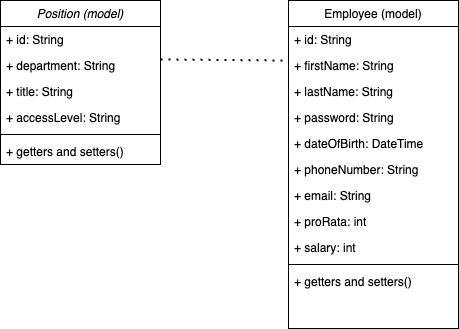
Before: Diagrams/UML Diagram.png, a diagram exported from draw.io (remily23/capstone_hr_management_system). Source tidied: cells renumbered, new cells last; positions are measured from the earlier drawing's top-left corner, leaving out a move shared by most shapes.
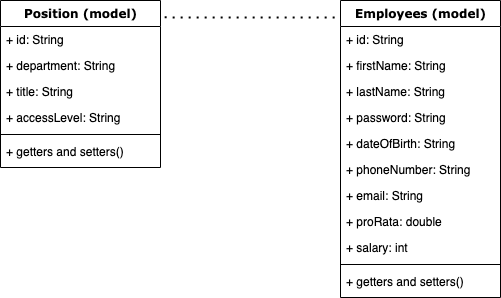
Above is the later version.

Commit message:
added amended UML & ER Diagrams

Change to the diagram source:
```diff
@@ -1,68 +1,68 @@
 <mxGraphModel>
   <root>
-    <mxCell id="0" />
-    <mxCell id="1" parent="0" />
+    <mxCell id="22" />
+    <mxCell id="23" parent="22" />
-    <mxCell id="2" value="Position (model)" style="swimlane;fontStyle=2;align=center;verticalAlign=top;horizontal=1;startSize=26;rounded=0;shadow=0;strokeWidth=1;" parent="1" vertex="1">
-      <mxGeometry width="160" height="164" as="geometry" />
+    <mxCell id="2" value="Position (model)" style="swimlane;html=1;fontStyle=1;align=center;verticalAlign=top;horizontal=1;startSize=26;swimlaneFillColor=#ffffff;rounded=0;shadow=0;comic=0;labelBackgroundColor=none;strokeWidth=1;fillColor=none;fontFamily=Verdana;fontSize=12;" parent="23" vertex="1">
+      <mxGeometry width="160" height="167" as="geometry" />
     </mxCell>
-    <mxCell id="3" value="+ id: String" style="text;align=left;verticalAlign=top;spacingLeft=4;spacingRight=4;overflow=hidden;" parent="2" vertex="1">
-      <mxGeometry y="26" width="160" height="26" as="geometry" />
-    </mxCell>
+    <mxCell id="24" value="+ id: String" style="text;html=1;strokeColor=none;fillColor=none;align=left;verticalAlign=top;spacingLeft=4;spacingRight=4;whiteSpace=wrap;overflow=hidden;" parent="2" vertex="1">
+      <mxGeometry y="26" width="160" height="26" as="geometry" />
+    </mxCell>
-    <mxCell id="4" value="+ department: String" style="text;align=left;verticalAlign=top;spacingLeft=4;spacingRight=4;overflow=hidden;points=[[0,0.5],[1,0.5]];portConstraint=eastwest;rounded=0;shadow=0;html=0;" parent="2" vertex="1">
+    <mxCell id="4" value="+ department: String" style="text;html=1;strokeColor=none;fillColor=none;align=left;verticalAlign=top;spacingLeft=4;spacingRight=4;whiteSpace=wrap;overflow=hidden;points=[[0,0.5],[1,0.5]];portConstraint=eastwest;" parent="2" vertex="1">
       <mxGeometry y="52" width="160" height="26" as="geometry" />
     </mxCell>
-    <mxCell id="5" value="+ title: String" style="text;align=left;verticalAlign=top;spacingLeft=4;spacingRight=4;overflow=hidden;rounded=0;shadow=0;html=0;" parent="2" vertex="1">
+    <mxCell id="5" value="+ title: String" style="text;html=1;strokeColor=none;fillColor=none;align=left;verticalAlign=top;spacingLeft=4;spacingRight=4;whiteSpace=wrap;overflow=hidden;" parent="2" vertex="1">
       <mxGeometry y="78" width="160" height="26" as="geometry" />
     </mxCell>
-    <mxCell id="6" value="+ accessLevel: String" style="text;align=left;verticalAlign=top;spacingLeft=4;spacingRight=4;overflow=hidden;rounded=0;shadow=0;html=0;" parent="2" vertex="1">
+    <mxCell id="6" value="+ accessLevel: String" style="text;html=1;strokeColor=none;fillColor=none;align=left;verticalAlign=top;spacingLeft=4;spacingRight=4;whiteSpace=wrap;overflow=hidden;" parent="2" vertex="1">
       <mxGeometry y="104" width="160" height="26" as="geometry" />
     </mxCell>
-    <mxCell id="7" style="line;html=1;strokeWidth=1;align=left;verticalAlign=middle;spacingTop=-1;spacingLeft=3;spacingRight=3;labelPosition=right;" parent="2" vertex="1">
-      <mxGeometry y="130" width="160" height="8" as="geometry" />
-    </mxCell>
-    <mxCell id="8" value="+ getters and setters()" style="text;align=left;verticalAlign=top;spacingLeft=4;spacingRight=4;overflow=hidden;" parent="2" vertex="1">
-      <mxGeometry y="138" width="160" height="26" as="geometry" />
-    </mxCell>
-    <mxCell id="9" value="Employee (model)" style="swimlane;fontStyle=0;align=center;verticalAlign=top;horizontal=1;startSize=26;rounded=0;shadow=0;strokeWidth=1;" parent="1" vertex="1">
-      <mxGeometry x="288" width="170" height="328" as="geometry" />
-    </mxCell>
-    <mxCell id="10" value="+ id: String" style="text;align=left;verticalAlign=top;spacingLeft=4;spacingRight=4;overflow=hidden;" parent="9" vertex="1">
-      <mxGeometry y="26" width="170" height="26" as="geometry" />
-    </mxCell>
+    <mxCell id="25" style="line;html=1;strokeWidth=1;fillColor=none;align=left;verticalAlign=middle;spacingTop=-1;spacingLeft=3;spacingRight=3;labelPosition=right;" parent="2" vertex="1">
+      <mxGeometry y="130" width="160" height="8" as="geometry" />
+    </mxCell>
+    <mxCell id="26" value="+ getters and setters()" style="text;html=1;strokeColor=none;fillColor=none;align=left;verticalAlign=top;spacingLeft=4;spacingRight=4;whiteSpace=wrap;overflow=hidden;" parent="2" vertex="1">
+      <mxGeometry y="138" width="160" height="26" as="geometry" />
+    </mxCell>
+    <mxCell id="27" value="Employees (model)" style="swimlane;html=1;fontStyle=1;align=center;verticalAlign=top;horizontal=1;startSize=26;swimlaneFillColor=#ffffff;rounded=0;shadow=0;comic=0;labelBackgroundColor=none;strokeWidth=1;fillColor=none;fontFamily=Verdana;fontSize=12;" parent="23" vertex="1">
+      <mxGeometry x="340" width="160" height="297" as="geometry" />
+    </mxCell>
+    <mxCell id="28" value="+ id: String" style="text;html=1;strokeColor=none;fillColor=none;align=left;verticalAlign=top;spacingLeft=4;spacingRight=4;whiteSpace=wrap;overflow=hidden;" parent="27" vertex="1">
+      <mxGeometry y="26" width="160" height="26" as="geometry" />
+    </mxCell>
-    <mxCell id="11" value="+ firstName: String" style="text;align=left;verticalAlign=top;spacingLeft=4;spacingRight=4;overflow=hidden;rounded=0;shadow=0;html=0;" parent="9" vertex="1">
-      <mxGeometry y="52" width="170" height="26" as="geometry" />
+    <mxCell id="11" value="+ firstName: String" style="text;html=1;strokeColor=none;fillColor=none;align=left;verticalAlign=top;spacingLeft=4;spacingRight=4;whiteSpace=wrap;overflow=hidden;" parent="27" vertex="1">
+      <mxGeometry y="52" width="160" height="26" as="geometry" />
     </mxCell>
-    <mxCell id="12" value="+ lastName: String" style="text;align=left;verticalAlign=top;spacingLeft=4;spacingRight=4;overflow=hidden;rounded=0;shadow=0;html=0;" parent="9" vertex="1">
-      <mxGeometry y="78" width="170" height="26" as="geometry" />
+    <mxCell id="12" value="+ lastName: String" style="text;html=1;strokeColor=none;fillColor=none;align=left;verticalAlign=top;spacingLeft=4;spacingRight=4;whiteSpace=wrap;overflow=hidden;" parent="27" vertex="1">
+      <mxGeometry y="78" width="160" height="26" as="geometry" />
     </mxCell>
-    <mxCell id="13" value="+ password: String" style="text;align=left;verticalAlign=top;spacingLeft=4;spacingRight=4;overflow=hidden;rounded=0;shadow=0;html=0;" parent="9" vertex="1">
-      <mxGeometry y="104" width="170" height="26" as="geometry" />
+    <mxCell id="13" value="+ password: String" style="text;html=1;strokeColor=none;fillColor=none;align=left;verticalAlign=top;spacingLeft=4;spacingRight=4;whiteSpace=wrap;overflow=hidden;" parent="27" vertex="1">
+      <mxGeometry y="104" width="160" height="26" as="geometry" />
     </mxCell>
-    <mxCell id="14" value="+ dateOfBirth: DateTime" style="text;align=left;verticalAlign=top;spacingLeft=4;spacingRight=4;overflow=hidden;rounded=0;shadow=0;html=0;" parent="9" vertex="1">
-      <mxGeometry y="130" width="170" height="26" as="geometry" />
-    </mxCell>
+    <mxCell id="29" value="+ dateOfBirth: String" style="text;html=1;strokeColor=none;fillColor=none;align=left;verticalAlign=top;spacingLeft=4;spacingRight=4;whiteSpace=wrap;overflow=hidden;" parent="27" vertex="1">
+      <mxGeometry y="130" width="160" height="26" as="geometry" />
+    </mxCell>
-    <mxCell id="15" value="+ phoneNumber: String" style="text;align=left;verticalAlign=top;spacingLeft=4;spacingRight=4;overflow=hidden;rounded=0;shadow=0;html=0;" parent="9" vertex="1">
-      <mxGeometry y="156" width="170" height="26" as="geometry" />
+    <mxCell id="15" value="+ phoneNumber: String" style="text;html=1;strokeColor=none;fillColor=none;align=left;verticalAlign=top;spacingLeft=4;spacingRight=4;whiteSpace=wrap;overflow=hidden;" parent="27" vertex="1">
+      <mxGeometry y="156" width="160" height="26" as="geometry" />
     </mxCell>
-    <mxCell id="16" value="+ email: String" style="text;align=left;verticalAlign=top;spacingLeft=4;spacingRight=4;overflow=hidden;rounded=0;shadow=0;html=0;" parent="9" vertex="1">
-      <mxGeometry y="182" width="170" height="26" as="geometry" />
+    <mxCell id="16" value="+ email: String" style="text;html=1;strokeColor=none;fillColor=none;align=left;verticalAlign=top;spacingLeft=4;spacingRight=4;whiteSpace=wrap;overflow=hidden;" parent="27" vertex="1">
+      <mxGeometry y="182" width="160" height="26" as="geometry" />
     </mxCell>
-    <mxCell id="17" value="+ proRata: int" style="text;align=left;verticalAlign=top;spacingLeft=4;spacingRight=4;overflow=hidden;rounded=0;shadow=0;html=0;" parent="9" vertex="1">
-      <mxGeometry y="208" width="170" height="26" as="geometry" />
-    </mxCell>
+    <mxCell id="30" value="+ proRata: double" style="text;html=1;strokeColor=none;fillColor=none;align=left;verticalAlign=top;spacingLeft=4;spacingRight=4;whiteSpace=wrap;overflow=hidden;" parent="27" vertex="1">
+      <mxGeometry y="208" width="160" height="26" as="geometry" />
+    </mxCell>
-    <mxCell id="18" value="+ salary: int" style="text;align=left;verticalAlign=top;spacingLeft=4;spacingRight=4;overflow=hidden;rounded=0;shadow=0;html=0;" parent="9" vertex="1">
-      <mxGeometry y="234" width="170" height="26" as="geometry" />
+    <mxCell id="18" value="+ salary: int" style="text;html=1;strokeColor=none;fillColor=none;align=left;verticalAlign=top;spacingLeft=4;spacingRight=4;whiteSpace=wrap;overflow=hidden;" parent="27" vertex="1">
+      <mxGeometry y="234" width="160" height="26" as="geometry" />
     </mxCell>
-    <mxCell id="19" style="line;html=1;strokeWidth=1;align=left;verticalAlign=middle;spacingTop=-1;spacingLeft=3;spacingRight=3;labelPosition=right;" parent="9" vertex="1">
-      <mxGeometry y="260" width="170" height="8" as="geometry" />
-    </mxCell>
-    <mxCell id="20" value="+ getters and setters()" style="text;align=left;verticalAlign=top;spacingLeft=4;spacingRight=4;overflow=hidden;" parent="9" vertex="1">
-      <mxGeometry y="268" width="170" height="32" as="geometry" />
-    </mxCell>
-    <mxCell id="21" style="endArrow=none;dashed=1;html=1;dashPattern=1 3;strokeWidth=2;rounded=0;exitX=1;exitY=0.269;exitDx=0;exitDy=0;exitPerimeter=0;" parent="1" edge="1" source="4">
-      <mxGeometry relative="1" as="geometry">
-        <mxPoint x="288" y="60" as="targetPoint" />
-      </mxGeometry>
-    </mxCell>
+    <mxCell id="31" style="line;html=1;strokeWidth=1;fillColor=none;align=left;verticalAlign=middle;spacingTop=-1;spacingLeft=3;spacingRight=3;labelPosition=right;" parent="27" vertex="1">
+      <mxGeometry y="260" width="160" height="8" as="geometry" />
+    </mxCell>
+    <mxCell id="32" value="+ getters and setters()" style="text;html=1;strokeColor=none;fillColor=none;align=left;verticalAlign=top;spacingLeft=4;spacingRight=4;whiteSpace=wrap;overflow=hidden;" parent="27" vertex="1">
+      <mxGeometry y="268" width="160" height="26" as="geometry" />
+    </mxCell>
+    <mxCell id="33" style="endArrow=none;dashed=1;html=1;dashPattern=1 3;strokeWidth=2;rounded=0;exitX=1.026;exitY=0.101;exitDx=0;exitDy=0;exitPerimeter=0;" parent="23" edge="1" source="2">
+      <mxGeometry relative="1" as="geometry">
+        <mxPoint x="340" y="17" as="targetPoint" />
+      </mxGeometry>
+    </mxCell>
   </root>
 </mxGraphModel>
```
